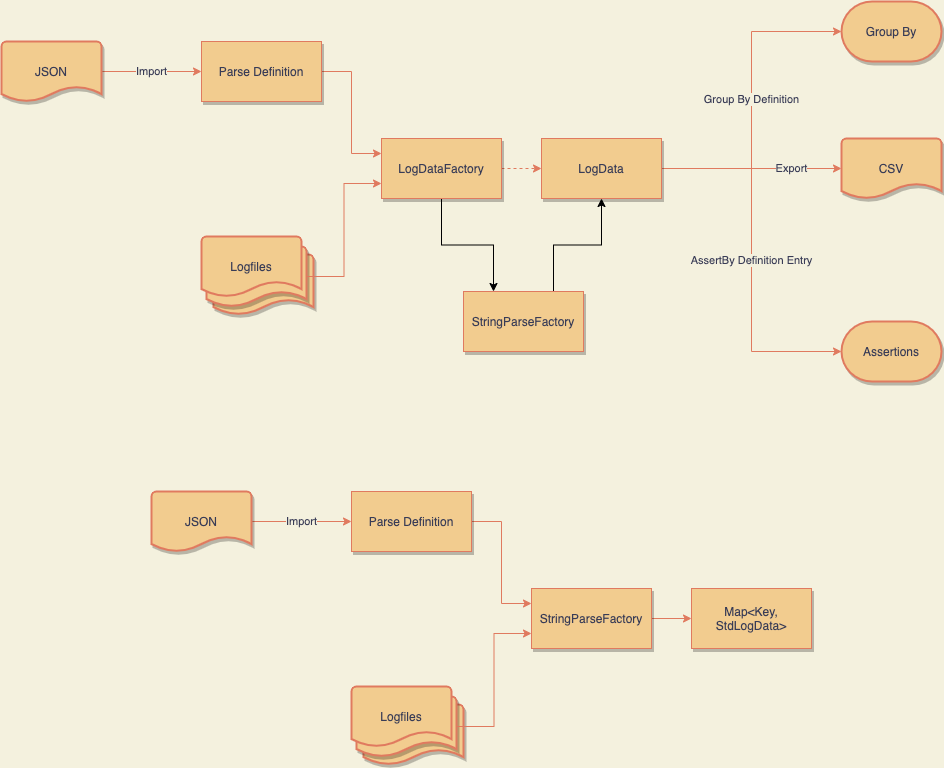
Above: diagrams/Log_Parser-Processes.png in adobe/log-parser (draw.io), before the change. Source tidied: cells renumbered, new cells last; positions are measured from the earlier drawing's top-left corner, leaving out a move shared by most shapes.
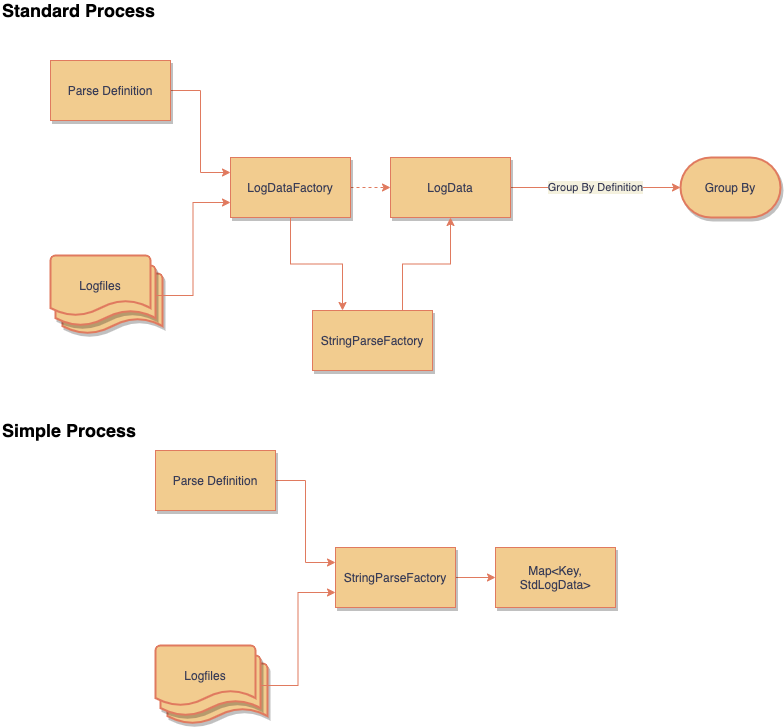
Later version of the same file.

The edit, as a diff of the source:
```diff
@@ -6,10 +6,10 @@
       <mxGeometry relative="1" as="geometry" />
     </mxCell>
     <mxCell id="3" value="Parse Definition" style="rounded=0;whiteSpace=wrap;html=1;fillColor=#F2CC8F;strokeColor=#E07A5F;fontColor=#393C56;shadow=1;" parent="1" vertex="1">
-      <mxGeometry x="200" y="40" width="120" height="60" as="geometry" />
+      <mxGeometry x="60" y="40" width="120" height="60" as="geometry" />
     </mxCell>
     <mxCell id="4" style="group;fontColor=#393C56;" parent="1" vertex="1">
-      <mxGeometry x="200" y="235" width="112" height="78" as="geometry" />
+      <mxGeometry x="60" y="235" width="112" height="78" as="geometry" />
     </mxCell>
     <mxCell id="5" style="strokeWidth=2;html=1;shape=mxgraph.flowchart.document2;whiteSpace=wrap;size=0.25;shadow=1;fillColor=#F2CC8F;strokeColor=#E07A5F;fontColor=#393C56;" parent="4" vertex="1">
       <mxGeometry x="12" y="18" width="100" height="60" as="geometry" />
@@ -23,44 +23,23 @@
     <mxCell id="8" style="edgeStyle=orthogonalEdgeStyle;rounded=0;jettySize=auto;html=1;exitX=1;exitY=0.5;exitDx=0;exitDy=0;entryX=0;entryY=0.5;entryDx=0;entryDy=0;strokeColor=#E07A5F;fontColor=#393C56;labelBackgroundColor=#F4F1DE;dashed=1;" parent="1" edge="1" source="10" target="20">
       <mxGeometry relative="1" as="geometry" />
     </mxCell>
-    <mxCell id="9" style="edgeStyle=orthogonalEdgeStyle;rounded=0;jettySize=auto;html=1;entryX=0.25;entryY=0;entryDx=0;entryDy=0;" parent="1" edge="1" source="10" target="36">
-      <mxGeometry relative="1" as="geometry" />
-    </mxCell>
     <mxCell id="10" value="LogDataFactory" style="rounded=0;whiteSpace=wrap;html=1;shadow=1;fillColor=#F2CC8F;strokeColor=#E07A5F;fontColor=#393C56;" parent="1" vertex="1">
-      <mxGeometry x="380" y="137" width="120" height="60" as="geometry" />
+      <mxGeometry x="240" y="137" width="120" height="60" as="geometry" />
     </mxCell>
     <mxCell id="11" value="Group By Definition" style="edgeStyle=orthogonalEdgeStyle;rounded=0;jettySize=auto;html=1;exitX=1;exitY=0.5;exitDx=0;exitDy=0;entryX=0;entryY=0.5;entryDx=0;entryDy=0;entryPerimeter=0;fontColor=#393C56;strokeColor=#E07A5F;labelBackgroundColor=#F4F1DE;" parent="1" edge="1" source="20" target="14">
       <mxGeometry relative="1" as="geometry" />
     </mxCell>
-    <mxCell id="12" value="AssertBy Definition Entry" style="edgeStyle=orthogonalEdgeStyle;rounded=0;jettySize=auto;html=1;exitX=1;exitY=0.5;exitDx=0;exitDy=0;entryX=0;entryY=0.5;entryDx=0;entryDy=0;entryPerimeter=0;strokeColor=#E07A5F;fontColor=#393C56;labelBackgroundColor=#F4F1DE;" parent="1" edge="1" source="20" target="16">
-      <mxGeometry relative="1" as="geometry" />
-    </mxCell>
     <mxCell id="13" style="edgeStyle=orthogonalEdgeStyle;rounded=0;orthogonalLoop=1;jettySize=auto;html=1;exitX=0.5;exitY=1;exitDx=0;exitDy=0;labelBackgroundColor=#F4F1DE;strokeColor=#E07A5F;fontColor=#393C56;" parent="1" edge="1">
       <mxGeometry relative="1" as="geometry">
-        <mxPoint x="620" y="202" as="sourcePoint" />
-        <mxPoint x="620" y="202" as="targetPoint" />
+        <mxPoint x="480" y="202" as="sourcePoint" />
+        <mxPoint x="480" y="202" as="targetPoint" />
       </mxGeometry>
     </mxCell>
     <mxCell id="14" value="Group By" style="strokeWidth=2;html=1;shape=mxgraph.flowchart.terminator;whiteSpace=wrap;shadow=1;strokeColor=#E07A5F;fontColor=#393C56;fillColor=#F2CC8F;" parent="1" vertex="1">
-      <mxGeometry x="840" width="100" height="60" as="geometry" />
+      <mxGeometry x="690" y="137" width="100" height="60" as="geometry" />
     </mxCell>
-    <mxCell id="15" value="CSV" style="strokeWidth=2;html=1;shape=mxgraph.flowchart.document2;whiteSpace=wrap;size=0.25;shadow=1;fontColor=#393C56;strokeColor=#E07A5F;fillColor=#F2CC8F;" parent="1" vertex="1">
-      <mxGeometry x="840" y="137" width="100" height="60" as="geometry" />
-    </mxCell>
-    <mxCell id="16" value="Assertions" style="strokeWidth=2;html=1;shape=mxgraph.flowchart.terminator;whiteSpace=wrap;shadow=1;strokeColor=#E07A5F;fontColor=#393C56;fillColor=#F2CC8F;" parent="1" vertex="1">
-      <mxGeometry x="840" y="320" width="100" height="60" as="geometry" />
-    </mxCell>
-    <mxCell id="17" value="Import" style="edgeStyle=orthogonalEdgeStyle;rounded=0;jettySize=auto;html=1;exitX=1;exitY=0.5;exitDx=0;exitDy=0;exitPerimeter=0;entryX=0;entryY=0.5;entryDx=0;entryDy=0;strokeColor=#E07A5F;fontColor=#393C56;labelBackgroundColor=#F4F1DE;" parent="1" edge="1" source="18" target="3">
-      <mxGeometry relative="1" as="geometry" />
-    </mxCell>
-    <mxCell id="18" value="JSON" style="strokeWidth=2;html=1;shape=mxgraph.flowchart.document2;whiteSpace=wrap;size=0.25;shadow=1;fontColor=#393C56;strokeColor=#E07A5F;fillColor=#F2CC8F;" parent="1" vertex="1">
-      <mxGeometry y="40" width="100" height="60" as="geometry" />
-    </mxCell>
-    <mxCell id="19" value="Export" style="edgeStyle=orthogonalEdgeStyle;rounded=0;jettySize=auto;html=1;exitX=1;exitY=0.5;exitDx=0;exitDy=0;entryX=0;entryY=0.5;entryDx=0;entryDy=0;entryPerimeter=0;strokeColor=#E07A5F;fontColor=#393C56;labelBackgroundColor=#F4F1DE;" parent="1" edge="1" source="20" target="15">
-      <mxGeometry x="0.44" relative="1" as="geometry" />
-    </mxCell>
     <mxCell id="20" value="LogData" style="rounded=0;whiteSpace=wrap;html=1;shadow=1;fillColor=#F2CC8F;strokeColor=#E07A5F;fontColor=#393C56;" parent="1" vertex="1">
-      <mxGeometry x="540" y="137" width="120" height="60" as="geometry" />
+      <mxGeometry x="400" y="137" width="120" height="60" as="geometry" />
     </mxCell>
     <mxCell id="21" style="edgeStyle=orthogonalEdgeStyle;rounded=0;jettySize=auto;html=1;exitX=1;exitY=0.5;exitDx=0;exitDy=0;exitPerimeter=0;entryX=0;entryY=0.75;entryDx=0;entryDy=0;fontColor=#393C56;labelBackgroundColor=#F4F1DE;strokeColor=#E07A5F;" parent="1" edge="1" source="6" target="10">
       <mxGeometry relative="1" as="geometry" />
@@ -69,10 +48,10 @@
       <mxGeometry relative="1" as="geometry" />
     </mxCell>
     <mxCell id="23" value="Parse Definition" style="rounded=0;whiteSpace=wrap;html=1;fillColor=#F2CC8F;strokeColor=#E07A5F;fontColor=#393C56;shadow=1;" parent="1" vertex="1">
-      <mxGeometry x="350" y="490" width="120" height="60" as="geometry" />
+      <mxGeometry x="165" y="430" width="120" height="60" as="geometry" />
     </mxCell>
     <mxCell id="24" style="group;fontColor=#393C56;" parent="1" vertex="1">
-      <mxGeometry x="350" y="685" width="112" height="78" as="geometry" />
+      <mxGeometry x="165" y="625" width="112" height="78" as="geometry" />
     </mxCell>
     <mxCell id="25" style="strokeWidth=2;html=1;shape=mxgraph.flowchart.document2;whiteSpace=wrap;size=0.25;shadow=1;fillColor=#F2CC8F;strokeColor=#E07A5F;fontColor=#393C56;" parent="24" vertex="1">
       <mxGeometry x="12" y="18" width="100" height="60" as="geometry" />
@@ -87,31 +66,34 @@
       <mxGeometry relative="1" as="geometry" />
     </mxCell>
     <mxCell id="29" value="StringParseFactory" style="rounded=0;whiteSpace=wrap;html=1;shadow=1;fillColor=#F2CC8F;strokeColor=#E07A5F;fontColor=#393C56;" parent="1" vertex="1">
-      <mxGeometry x="530" y="587" width="120" height="60" as="geometry" />
+      <mxGeometry x="345" y="527" width="120" height="60" as="geometry" />
     </mxCell>
     <mxCell id="30" style="edgeStyle=orthogonalEdgeStyle;rounded=0;orthogonalLoop=1;jettySize=auto;html=1;exitX=0.5;exitY=1;exitDx=0;exitDy=0;labelBackgroundColor=#F4F1DE;strokeColor=#E07A5F;fontColor=#393C56;" parent="1" edge="1">
       <mxGeometry relative="1" as="geometry">
-        <mxPoint x="770" y="652" as="sourcePoint" />
-        <mxPoint x="770" y="652" as="targetPoint" />
+        <mxPoint x="585" y="592" as="sourcePoint" />
+        <mxPoint x="585" y="592" as="targetPoint" />
       </mxGeometry>
     </mxCell>
-    <mxCell id="31" value="Import" style="edgeStyle=orthogonalEdgeStyle;rounded=0;jettySize=auto;html=1;exitX=1;exitY=0.5;exitDx=0;exitDy=0;exitPerimeter=0;entryX=0;entryY=0.5;entryDx=0;entryDy=0;strokeColor=#E07A5F;fontColor=#393C56;labelBackgroundColor=#F4F1DE;" parent="1" edge="1" source="32" target="23">
-      <mxGeometry relative="1" as="geometry" />
-    </mxCell>
-    <mxCell id="32" value="JSON" style="strokeWidth=2;html=1;shape=mxgraph.flowchart.document2;whiteSpace=wrap;size=0.25;shadow=1;fontColor=#393C56;strokeColor=#E07A5F;fillColor=#F2CC8F;" parent="1" vertex="1">
-      <mxGeometry x="150" y="490" width="100" height="60" as="geometry" />
-    </mxCell>
     <mxCell id="33" value="Map&amp;lt;Key, StdLogData&amp;gt;" style="rounded=0;whiteSpace=wrap;html=1;shadow=1;fillColor=#F2CC8F;strokeColor=#E07A5F;fontColor=#393C56;" parent="1" vertex="1">
-      <mxGeometry x="690" y="587" width="120" height="60" as="geometry" />
+      <mxGeometry x="505" y="527" width="120" height="60" as="geometry" />
     </mxCell>
     <mxCell id="34" style="edgeStyle=orthogonalEdgeStyle;rounded=0;jettySize=auto;html=1;exitX=1;exitY=0.5;exitDx=0;exitDy=0;exitPerimeter=0;entryX=0;entryY=0.75;entryDx=0;entryDy=0;fontColor=#393C56;labelBackgroundColor=#F4F1DE;strokeColor=#E07A5F;" parent="1" edge="1" source="26" target="29">
       <mxGeometry relative="1" as="geometry" />
     </mxCell>
+    <mxCell id="36" value="StringParseFactory" style="rounded=0;whiteSpace=wrap;html=1;shadow=1;fillColor=#F2CC8F;strokeColor=#E07A5F;fontColor=#393C56;" parent="1" vertex="1">
+      <mxGeometry x="322" y="290" width="120" height="60" as="geometry" />
+    </mxCell>
+    <mxCell id="9" style="edgeStyle=orthogonalEdgeStyle;rounded=0;jettySize=auto;html=1;exitX=0.5;exitY=1;exitDx=0;exitDy=0;fontColor=#393C56;labelBackgroundColor=#F4F1DE;strokeColor=#E07A5F;entryX=0.25;entryY=0;entryDx=0;entryDy=0;" parent="1" edge="1" source="10" target="36">
+      <mxGeometry relative="1" as="geometry" />
+    </mxCell>
-    <mxCell id="35" style="edgeStyle=orthogonalEdgeStyle;rounded=0;jettySize=auto;html=1;exitX=0.75;exitY=0;exitDx=0;exitDy=0;entryX=0.5;entryY=1;entryDx=0;entryDy=0;" parent="1" edge="1" source="36" target="20">
+    <mxCell id="35" style="edgeStyle=orthogonalEdgeStyle;rounded=0;jettySize=auto;html=1;entryX=0.5;entryY=1;entryDx=0;entryDy=0;fontColor=#393C56;labelBackgroundColor=#F4F1DE;strokeColor=#E07A5F;exitX=0.75;exitY=0;exitDx=0;exitDy=0;" parent="1" edge="1" source="36" target="20">
       <mxGeometry relative="1" as="geometry" />
     </mxCell>
-    <mxCell id="36" value="StringParseFactory" style="rounded=0;whiteSpace=wrap;html=1;shadow=1;fillColor=#F2CC8F;strokeColor=#E07A5F;fontColor=#393C56;" parent="1" vertex="1">
-      <mxGeometry x="462" y="290" width="120" height="60" as="geometry" />
-    </mxCell>
+    <mxCell id="37" value="Simple Process" style="text;html=1;strokeColor=none;fillColor=none;align=left;verticalAlign=middle;whiteSpace=wrap;rounded=0;fontSize=18;fontStyle=1;" parent="1" vertex="1">
+      <mxGeometry x="10" y="400" width="220" height="20" as="geometry" />
+    </mxCell>
+    <mxCell id="38" value="Standard Process" style="text;html=1;strokeColor=none;fillColor=none;align=left;verticalAlign=middle;whiteSpace=wrap;rounded=0;fontSize=18;fontStyle=1;" parent="1" vertex="1">
+      <mxGeometry x="10" y="-20" width="220" height="20" as="geometry" />
+    </mxCell>
   </root>
 </mxGraphModel>
```
